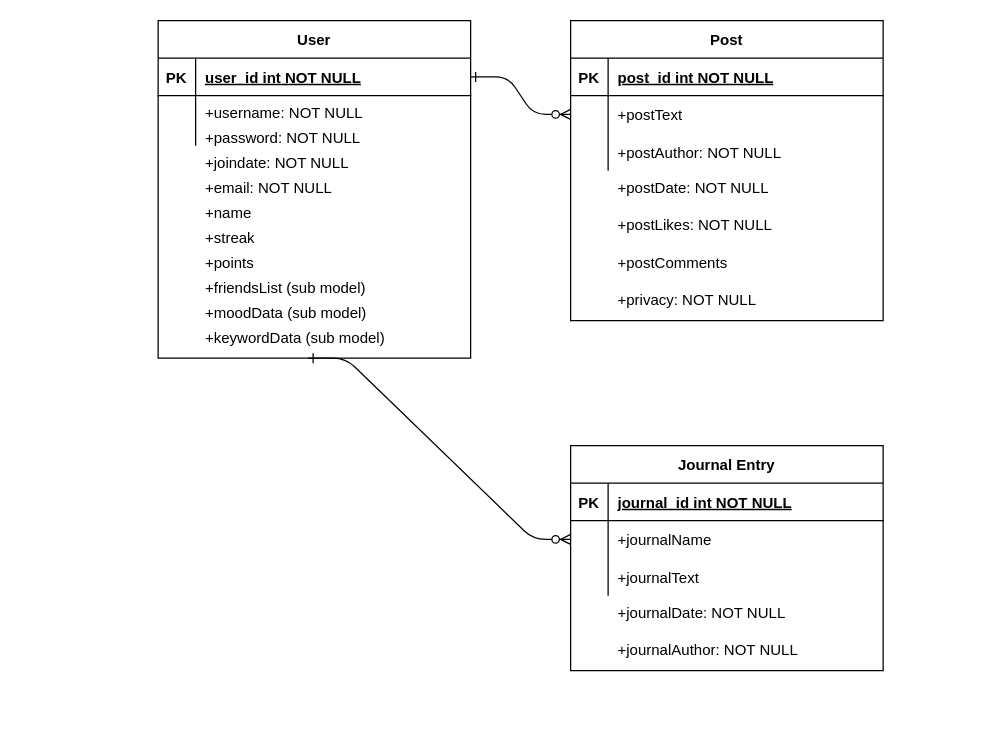
sneekr-a/mental-health-app keeps this draw.io diagram as NoSQL Diagram.drawio.xml. Above is the earlier version. Source tidied: cells renumbered, new cells numbered last; positions are measured from the earlier drawing's top-left corner, leaving out a move shared by most shapes. Both pictures are drawn from the tidied source at 125%, with x=0, y=0 at pixel (158, 20).
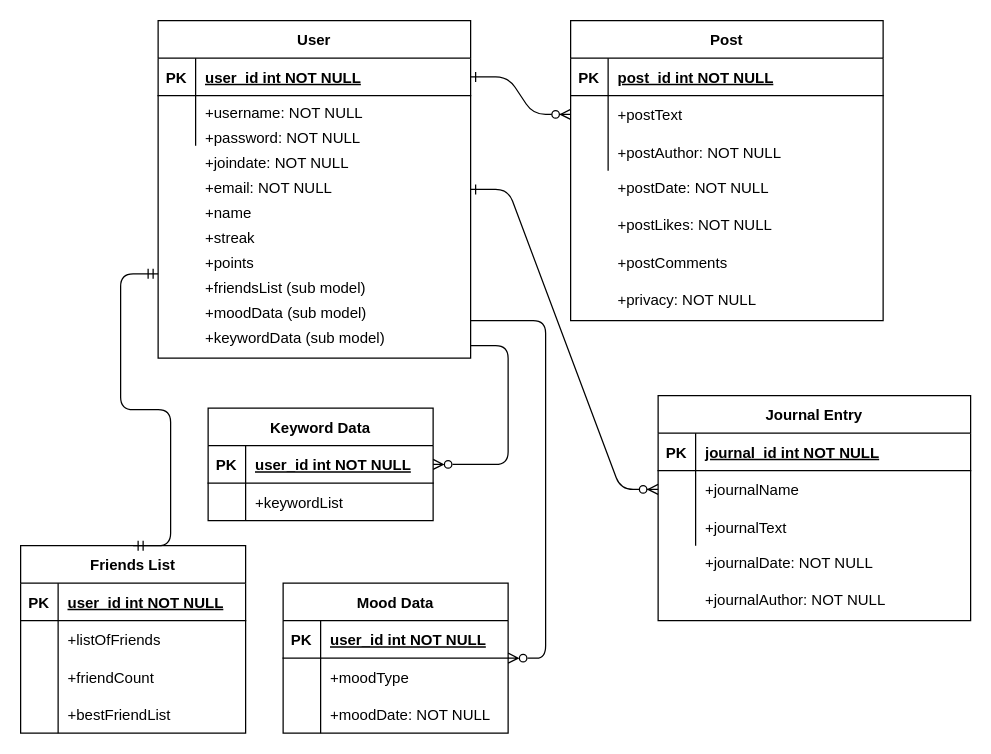
After the change.

Unchanged cells that the change refers to:
```xml
<mxCell id="18" style="shape=partialRectangle;fillColor=none;points=[[0,0.5],[1,0.5]];portConstraint=eastwest;top=0;left=0;right=0;bottom=0;" parent="14" vertex="1">
  <mxGeometry y="60" width="250" height="30" as="geometry" />
</mxCell>
<mxCell id="24" value="User" style="shape=table;startSize=30;childLayout=tableLayout;rowLines=0;fontStyle=1;align=center;" parent="1" vertex="1">
  <mxGeometry width="250" height="270" as="geometry" />
</mxCell>
```

Change to the diagram source:
```diff
@@
-    <mxCell id="3" style="edgeStyle=entityRelationEdgeStyle;endArrow=ERzeroToMany;startArrow=ERone;endFill=1;startFill=0;" parent="1" edge="1" target="18">
-      <mxGeometry relative="1" as="geometry">
-        <mxPoint x="120" y="270" as="sourcePoint" />
-      </mxGeometry>
+    <mxCell id="3" style="edgeStyle=entityRelationEdgeStyle;endArrow=ERzeroToMany;startArrow=ERone;endFill=1;startFill=0;exitX=1;exitY=0.5;exitDx=0;exitDy=0;" parent="1" edge="1" source="24" target="18">
+      <mxGeometry relative="1" as="geometry" />
     </mxCell>
@@
     <mxCell id="14" value="Journal Entry" style="shape=table;startSize=30;childLayout=tableLayout;rowLines=0;fontStyle=1;align=center;" parent="1" vertex="1">
-      <mxGeometry x="330" y="340" width="250" height="180" as="geometry" />
+      <mxGeometry x="400" y="300" width="250" height="180" as="geometry" />
     </mxCell>
@@
     <mxCell id="44" value="+journalDate: NOT NULL" style="text;strokeColor=none;fillColor=none;spacingLeft=4;spacingRight=4;overflow=hidden;fontSize=12;" parent="1" vertex="1">
-      <mxGeometry x="362" y="460" width="158" height="30" as="geometry" />
+      <mxGeometry x="432" y="420" width="158" height="30" as="geometry" />
     </mxCell>
     <mxCell id="45" value="+journalAuthor: NOT NULL" style="text;strokeColor=none;fillColor=none;spacingLeft=4;spacingRight=4;overflow=hidden;fontSize=12;" parent="1" vertex="1">
-      <mxGeometry x="362" y="490" width="168" height="30" as="geometry" />
+      <mxGeometry x="432" y="450" width="168" height="30" as="geometry" />
     </mxCell>
+    <mxCell id="46" value="Friends List" style="shape=table;startSize=30;childLayout=tableLayout;rowLines=0;fontStyle=1;align=center;" parent="1" vertex="1">
+      <mxGeometry x="-110" y="420" width="180" height="150" as="geometry" />
+    </mxCell>
+    <mxCell id="47" style="shape=partialRectangle;fillColor=none;top=0;left=0;bottom=1;right=0;" parent="46" vertex="1">
+      <mxGeometry y="30" width="180" height="30" as="geometry" />
+    </mxCell>
+    <mxCell id="48" value="PK" style="shape=partialRectangle;fillColor=none;top=0;left=0;bottom=0;right=0;fontStyle=1;overflow=hidden;" parent="47" vertex="1">
+      <mxGeometry width="30" height="30" as="geometry" />
+    </mxCell>
+    <mxCell id="49" value="user_id int NOT NULL" style="shape=partialRectangle;fillColor=none;top=0;left=0;bottom=0;right=0;align=left;spacingLeft=6;fontStyle=5;overflow=hidden;" parent="47" vertex="1">
+      <mxGeometry x="30" width="150" height="30" as="geometry" />
+    </mxCell>
+    <mxCell id="50" style="shape=partialRectangle;fillColor=none;top=0;left=0;bottom=0;right=0;" parent="46" vertex="1">
+      <mxGeometry y="60" width="180" height="30" as="geometry" />
+    </mxCell>
+    <mxCell id="51" style="shape=partialRectangle;fillColor=none;top=0;left=0;bottom=0;right=0;overflow=hidden;" parent="50" vertex="1">
+      <mxGeometry width="30" height="30" as="geometry" />
+    </mxCell>
+    <mxCell id="52" value="+listOfFriends" style="shape=partialRectangle;fillColor=none;top=0;left=0;bottom=0;right=0;align=left;spacingLeft=6;overflow=hidden;" parent="50" vertex="1">
+      <mxGeometry x="30" width="150" height="30" as="geometry" />
+    </mxCell>
+    <mxCell id="53" style="shape=partialRectangle;fillColor=none;top=0;left=0;bottom=0;right=0;" parent="46" vertex="1">
+      <mxGeometry y="90" width="180" height="30" as="geometry" />
+    </mxCell>
+    <mxCell id="54" style="shape=partialRectangle;fillColor=none;top=0;left=0;bottom=0;right=0;overflow=hidden;" parent="53" vertex="1">
+      <mxGeometry width="30" height="30" as="geometry" />
+    </mxCell>
+    <mxCell id="55" value="+friendCount" style="shape=partialRectangle;fillColor=none;top=0;left=0;bottom=0;right=0;align=left;spacingLeft=6;overflow=hidden;" parent="53" vertex="1">
+      <mxGeometry x="30" width="150" height="30" as="geometry" />
+    </mxCell>
+    <mxCell id="56" style="shape=partialRectangle;fillColor=none;top=0;left=0;bottom=0;right=0;" parent="46" vertex="1">
+      <mxGeometry y="120" width="180" height="30" as="geometry" />
+    </mxCell>
+    <mxCell id="57" style="shape=partialRectangle;fillColor=none;top=0;left=0;bottom=0;right=0;overflow=hidden;" parent="56" vertex="1">
+      <mxGeometry width="30" height="30" as="geometry" />
+    </mxCell>
+    <mxCell id="58" value="+bestFriendList" style="shape=partialRectangle;fillColor=none;top=0;left=0;bottom=0;right=0;align=left;spacingLeft=6;overflow=hidden;" parent="56" vertex="1">
+      <mxGeometry x="30" width="150" height="30" as="geometry" />
+    </mxCell>
+    <mxCell id="59" style="edgeStyle=entityRelationEdgeStyle;fontSize=12;html=1;endArrow=ERmandOne;startArrow=ERmandOne;rounded=1;entryX=0;entryY=0.75;entryDx=0;entryDy=0;exitX=0.5;exitY=0;exitDx=0;exitDy=0;" parent="1" edge="1" source="46" target="24">
+      <mxGeometry relative="1" as="geometry" />
+    </mxCell>
+    <mxCell id="60" value="Mood Data" style="shape=table;startSize=30;childLayout=tableLayout;rowLines=0;fontStyle=1;align=center;" parent="1" vertex="1">
+      <mxGeometry x="100" y="450" width="180" height="120" as="geometry" />
+    </mxCell>
+    <mxCell id="61" style="shape=partialRectangle;fillColor=none;top=0;left=0;bottom=1;right=0;" parent="60" vertex="1">
+      <mxGeometry y="30" width="180" height="30" as="geometry" />
+    </mxCell>
+    <mxCell id="62" value="PK" style="shape=partialRectangle;fillColor=none;top=0;left=0;bottom=0;right=0;fontStyle=1;overflow=hidden;" parent="61" vertex="1">
+      <mxGeometry width="30" height="30" as="geometry" />
+    </mxCell>
+    <mxCell id="63" value="user_id int NOT NULL" style="shape=partialRectangle;fillColor=none;top=0;left=0;bottom=0;right=0;align=left;spacingLeft=6;fontStyle=5;overflow=hidden;" parent="61" vertex="1">
+      <mxGeometry x="30" width="150" height="30" as="geometry" />
+    </mxCell>
+    <mxCell id="64" style="shape=partialRectangle;fillColor=none;top=0;left=0;bottom=0;right=0;" parent="60" vertex="1">
+      <mxGeometry y="60" width="180" height="30" as="geometry" />
+    </mxCell>
+    <mxCell id="65" style="shape=partialRectangle;fillColor=none;top=0;left=0;bottom=0;right=0;overflow=hidden;" parent="64" vertex="1">
+      <mxGeometry width="30" height="30" as="geometry" />
+    </mxCell>
+    <mxCell id="66" value="+moodType" style="shape=partialRectangle;fillColor=none;top=0;left=0;bottom=0;right=0;align=left;spacingLeft=6;overflow=hidden;" parent="64" vertex="1">
+      <mxGeometry x="30" width="150" height="30" as="geometry" />
+    </mxCell>
+    <mxCell id="67" style="shape=partialRectangle;fillColor=none;top=0;left=0;bottom=0;right=0;" parent="60" vertex="1">
+      <mxGeometry y="90" width="180" height="30" as="geometry" />
+    </mxCell>
+    <mxCell id="68" style="shape=partialRectangle;fillColor=none;top=0;left=0;bottom=0;right=0;overflow=hidden;" parent="67" vertex="1">
+      <mxGeometry width="30" height="30" as="geometry" />
+    </mxCell>
+    <mxCell id="69" value="+moodDate: NOT NULL" style="shape=partialRectangle;fillColor=none;top=0;left=0;bottom=0;right=0;align=left;spacingLeft=6;overflow=hidden;" parent="67" vertex="1">
+      <mxGeometry x="30" width="150" height="30" as="geometry" />
+    </mxCell>
+    <mxCell id="70" value="Keyword Data" style="shape=table;startSize=30;childLayout=tableLayout;rowLines=0;fontStyle=1;align=center;" parent="1" vertex="1">
+      <mxGeometry x="40" y="310" width="180" height="90" as="geometry" />
+    </mxCell>
+    <mxCell id="71" style="shape=partialRectangle;fillColor=none;top=0;left=0;bottom=1;right=0;points=[[0,0.5],[1,0.5]];portConstraint=eastwest;" parent="70" vertex="1">
+      <mxGeometry y="30" width="180" height="30" as="geometry" />
+    </mxCell>
+    <mxCell id="72" value="PK" style="shape=partialRectangle;fillColor=none;top=0;left=0;bottom=0;right=0;fontStyle=1;overflow=hidden;" parent="71" vertex="1">
+      <mxGeometry width="30" height="30" as="geometry" />
+    </mxCell>
+    <mxCell id="73" value="user_id int NOT NULL" style="shape=partialRectangle;fillColor=none;top=0;left=0;bottom=0;right=0;align=left;spacingLeft=6;fontStyle=5;overflow=hidden;" parent="71" vertex="1">
+      <mxGeometry x="30" width="150" height="30" as="geometry" />
+    </mxCell>
+    <mxCell id="74" style="shape=partialRectangle;fillColor=none;top=0;left=0;bottom=0;right=0;" parent="70" vertex="1">
+      <mxGeometry y="60" width="180" height="30" as="geometry" />
+    </mxCell>
+    <mxCell id="75" style="shape=partialRectangle;fillColor=none;top=0;left=0;bottom=0;right=0;overflow=hidden;" parent="74" vertex="1">
+      <mxGeometry width="30" height="30" as="geometry" />
+    </mxCell>
+    <mxCell id="76" value="+keywordList" style="shape=partialRectangle;fillColor=none;top=0;left=0;bottom=0;right=0;align=left;spacingLeft=6;overflow=hidden;" parent="74" vertex="1">
+      <mxGeometry x="30" width="150" height="30" as="geometry" />
+    </mxCell>
+    <mxCell id="77" style="edgeStyle=entityRelationEdgeStyle;fontSize=12;html=1;endArrow=ERzeroToMany;rounded=1;endFill=0;" parent="1" edge="1" target="60">
+      <mxGeometry relative="1" as="geometry">
+        <mxPoint x="250" y="240" as="sourcePoint" />
+      </mxGeometry>
+    </mxCell>
+    <mxCell id="78" style="edgeStyle=entityRelationEdgeStyle;fontSize=12;html=1;endArrow=ERzeroToMany;rounded=1;endFill=0;" parent="1" edge="1" target="71">
+      <mxGeometry relative="1" as="geometry">
+        <mxPoint x="250" y="260" as="sourcePoint" />
+      </mxGeometry>
+    </mxCell>
```
